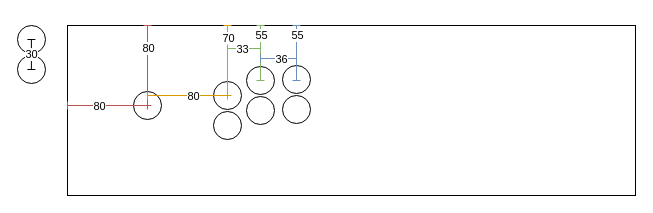
Before: arcade.drawio in woutermation/woutermation, a draw.io diagram. Source tidied: cells renumbered, new cells numbered last; positions are measured from the earlier drawing's top-left corner, leaving out a move shared by most shapes. Both pictures are drawn from the tidied source at 100%, with x=0, y=0 at pixel (17, 25).
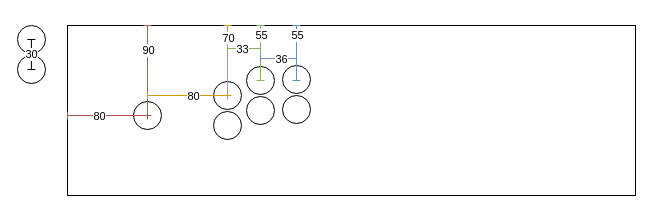
The same page after the edit.

What changed in the source:
```diff
@@
     <mxCell id="6" style="ellipse;whiteSpace=wrap;html=1;" parent="1" vertex="1">
-      <mxGeometry x="116" y="66" width="28" height="28" as="geometry" />
+      <mxGeometry x="116" y="76" width="28" height="28" as="geometry" />
     </mxCell>
     <mxCell id="7" style="endArrow=baseDash;html=1;rounded=0;endFill=0;startArrow=baseDash;startFill=0;fillColor=#f8cecc;strokeColor=#b85450;" parent="1" edge="1">
       <mxGeometry relative="1" as="geometry">
-        <mxPoint x="50" y="80" as="sourcePoint" />
-        <mxPoint x="130" y="80" as="targetPoint" />
+        <mxPoint x="50" y="90" as="sourcePoint" />
+        <mxPoint x="130" y="90" as="targetPoint" />
       </mxGeometry>
     </mxCell>
@@
     <mxCell id="9" style="endArrow=baseDash;html=1;rounded=0;endFill=0;startArrow=baseDash;startFill=0;fillColor=#f8cecc;strokeColor=#b85450;" parent="1" edge="1">
       <mxGeometry relative="1" as="geometry">
         <mxPoint x="130" as="sourcePoint" />
-        <mxPoint x="130" y="80" as="targetPoint" />
+        <mxPoint x="130" y="90" as="targetPoint" />
       </mxGeometry>
     </mxCell>
-    <mxCell id="10" value="80" style="edgeLabel;html=1;align=center;verticalAlign=middle;" parent="9" vertex="1">
+    <mxCell id="10" value="90" style="edgeLabel;html=1;align=center;verticalAlign=middle;" parent="9" vertex="1">
       <mxGeometry x="-0.46" relative="1" as="geometry" />
     </mxCell>
```
